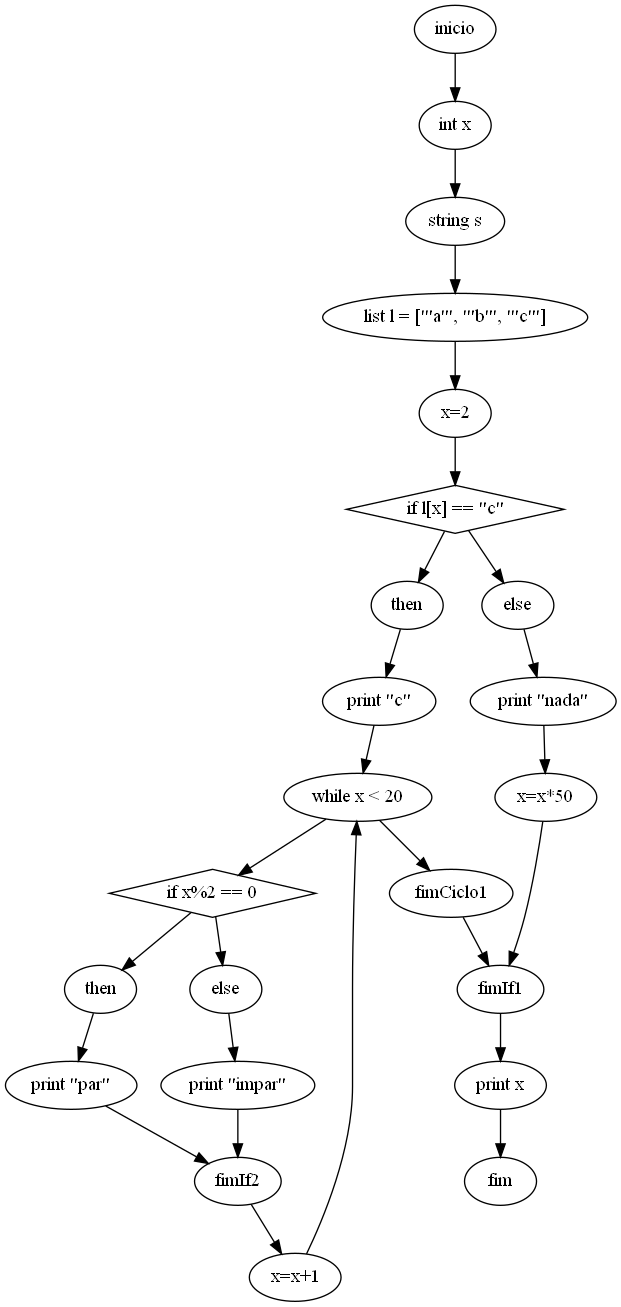
Earlier version of the Graphviz export TP3/cfg.png (joaoprp111/TP-EngenhariaGramatical-2022). Its source is kept beside it as TP3/cfg.dot. Its diagram source:
```dot
digraph cfg {
	0 [label=inicio]
	1 [label="int x"]
	0 -> 1
	2 [label="string s"]
	1 -> 2
	3 [label="list l = ['\"a\"', '\"b\"', '\"c\"']"]
	2 -> 3
	4 [label="x=2"]
	3 -> 4
	5 [label="if l[x] == \"c\"" shape=diamond]
	6 [label=then]
	5 -> 6
	7 [label=fimIf1]
	8 [label="print \"c\""]
	6 -> 8
	9 [label="while x < 20"]
	8 -> 9
	10 [label="if x%2 == 0" shape=diamond]
	11 [label=then]
	10 -> 11
	12 [label=fimIf2]
	13 [label="print \"par\""]
	11 -> 13
	13 -> 12
	14 [label=else]
	10 -> 14
	15 [label="print \"impar\""]
	14 -> 15
	15 -> 12
	9 -> 10
	16 [label="x=x+1"]
	12 -> 16
	16 -> 9
	17 [label=fimCiclo1]
	9 -> 17
	17 -> 7
	18 [label=else]
	5 -> 18
	19 [label="print \"nada\""]
	18 -> 19
	20 [label="x=x*50"]
	19 -> 20
	20 -> 7
	4 -> 5
	21 [label="print x"]
	7 -> 21
	22 [label=fim]
	21 -> 22
}
```
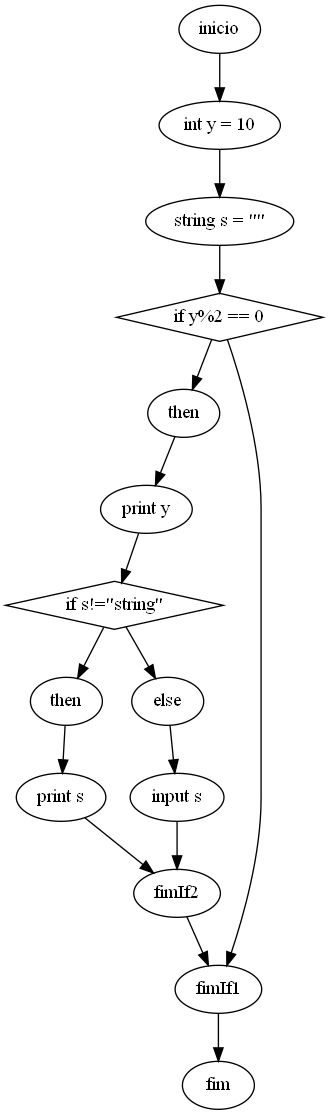
After the change.

What changed in the source:
```diff
@@ -1,50 +1,31 @@
 digraph cfg {
 	0 [label=inicio]
-	1 [label="int x"]
+	1 [label="int y = 10"]
 	0 -> 1
-	2 [label="string s"]
+	2 [label="string s = \"\""]
 	1 -> 2
-	3 [label="list l = ['\"a\"', '\"b\"', '\"c\"']"]
+	3 [label="if y%2 == 0" shape=diamond]
+	4 [label=then]
+	3 -> 4
+	5 [label=fimIf1]
+	6 [label="print y"]
+	4 -> 6
+	7 [label="if s!=\"string\"" shape=diamond]
+	8 [label=then]
+	7 -> 8
+	9 [label=fimIf2]
+	10 [label="print s"]
+	8 -> 10
+	10 -> 9
+	11 [label=else]
+	7 -> 11
+	12 [label="input s"]
+	11 -> 12
+	12 -> 9
+	6 -> 7
+	9 -> 5
 	2 -> 3
-	4 [label="x=2"]
-	3 -> 4
-	5 [label="if l[x] == \"c\"" shape=diamond]
-	6 [label=then]
-	5 -> 6
-	7 [label=fimIf1]
-	8 [label="print \"c\""]
-	6 -> 8
-	9 [label="while x < 20"]
-	8 -> 9
-	10 [label="if x%2 == 0" shape=diamond]
-	11 [label=then]
-	10 -> 11
-	12 [label=fimIf2]
-	13 [label="print \"par\""]
-	11 -> 13
-	13 -> 12
-	14 [label=else]
-	10 -> 14
-	15 [label="print \"impar\""]
-	14 -> 15
-	15 -> 12
-	9 -> 10
-	16 [label="x=x+1"]
-	12 -> 16
-	16 -> 9
-	17 [label=fimCiclo1]
-	9 -> 17
-	17 -> 7
-	18 [label=else]
-	5 -> 18
-	19 [label="print \"nada\""]
-	18 -> 19
-	20 [label="x=x*50"]
-	19 -> 20
-	20 -> 7
-	4 -> 5
-	21 [label="print x"]
-	7 -> 21
-	22 [label=fim]
-	21 -> 22
+	3 -> 5
+	13 [label=fim]
+	5 -> 13
 }
```
